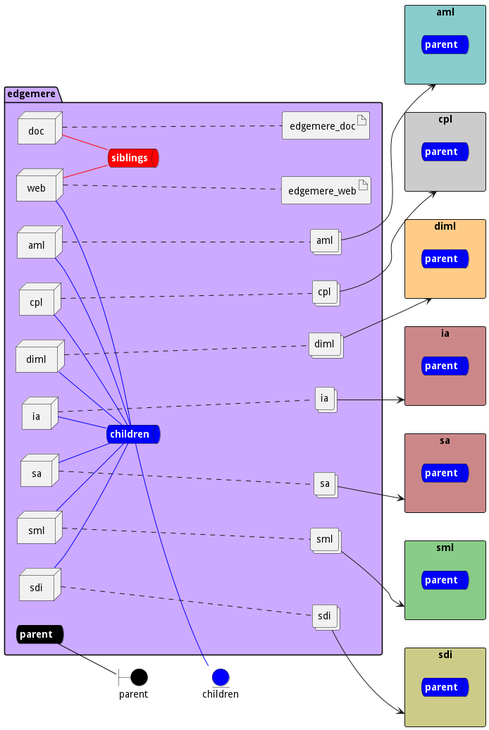
Earlier version of the PlantUML export docs/edgemere/envs/dev/deployment.png (madajaju/edgemere). Source of this version:
```plantuml
@startuml

left to right direction


boundary parent #black


entity children #blue

rectangle "aml" as amlStack #88cccc {
    queue amlStacksnet #blue [
        <b><color:white>parent</color></b>
    ]
}
rectangle "cpl" as cplStack #cccccc {
    queue cplStacksnet #blue [
        <b><color:white>parent</color></b>
    ]
}
rectangle "diml" as dimlStack #ffcc88 {
    queue dimlStacksnet #blue [
        <b><color:white>parent</color></b>
    ]
}
rectangle "ia" as iaStack #cc8888 {
    queue iaStacksnet #blue [
        <b><color:white>parent</color></b>
    ]
}
rectangle "sa" as saStack #cc8888 {
    queue saStacksnet #blue [
        <b><color:white>parent</color></b>
    ]
}
rectangle "sml" as smlStack #88cc88 {
    queue smlStacksnet #blue [
        <b><color:white>parent</color></b>
    ]
}
rectangle "sdi" as sdiStack #cccc88 {
    queue sdiStacksnet #blue [
        <b><color:white>parent</color></b>
    ]
}



package "edgemere" #ccaaff {
    queue parentnet #black [
            <b><color:white>parent</color></b>
    ]

    parentnet -[#black]- parent

    queue childrennet #blue [
            <b><color:white>children</color></b>
    ]

    childrennet -[#blue]- children

    queue siblingsnet #red [
            <b><color:white>siblings</color></b>
    ]


node "aml" as amlService
node "cpl" as cplService
node "diml" as dimlService
node "ia" as iaService
node "sa" as saService
node "sml" as smlService
node "sdi" as sdiService
node "web" as webService
node "doc" as docService

        collections "aml" as amlimage
            collections "cpl" as cplimage
            collections "diml" as dimlimage
            collections "ia" as iaimage
            collections "sa" as saimage
            collections "sml" as smlimage
            collections "sdi" as sdiimage

        artifact "edgemere_web" as edgemere_webimage

        artifact "edgemere_doc" as edgemere_docimage

}

amlService -[#blue]- childrennet

cplService -[#blue]- childrennet

dimlService -[#blue]- childrennet

iaService -[#blue]- childrennet

saService -[#blue]- childrennet

smlService -[#blue]- childrennet

sdiService -[#blue]- childrennet

webService -[#blue]- childrennet

webService -[#red]- siblingsnet

docService -[#red]- siblingsnet
amlService .... amlimage
cplService .... cplimage
dimlService .... dimlimage
iaService .... iaimage
saService .... saimage
smlService .... smlimage
sdiService .... sdiimage
webService .... edgemere_webimage
docService .... edgemere_docimage

amlimage --> amlStack

cplimage --> cplStack

dimlimage --> dimlStack

iaimage --> iaStack

saimage --> saStack

smlimage --> smlStack

sdiimage --> sdiStack


@enduml
```
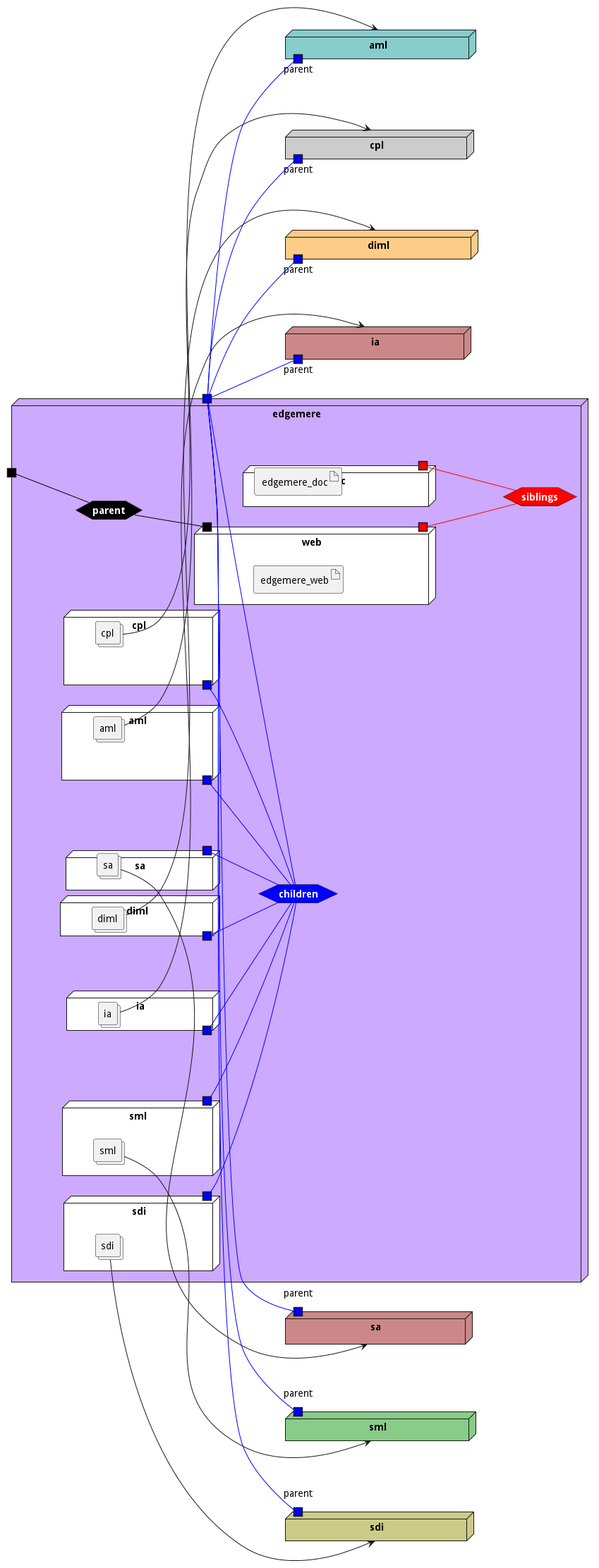
The same file after the commit.

Diff of the diagram source:
```diff
@@ -3,133 +3,152 @@
 left to right direction
 
 
-boundary parent #black
 
 
-entity children #blue
-
-rectangle "aml" as amlStack #88cccc {
-    queue amlStacksnet #blue [
-        <b><color:white>parent</color></b>
-    ]
+node "aml" as amlStack #88cccc {
+    portin "parent" as amlStackPortIn #blue
 }
-rectangle "cpl" as cplStack #cccccc {
-    queue cplStacksnet #blue [
-        <b><color:white>parent</color></b>
-    ]
+node "cpl" as cplStack #cccccc {
+    portin "parent" as cplStackPortIn #blue
 }
-rectangle "diml" as dimlStack #ffcc88 {
-    queue dimlStacksnet #blue [
-        <b><color:white>parent</color></b>
-    ]
+node "diml" as dimlStack #ffcc88 {
+    portin "parent" as dimlStackPortIn #blue
 }
-rectangle "ia" as iaStack #cc8888 {
-    queue iaStacksnet #blue [
-        <b><color:white>parent</color></b>
-    ]
+node "ia" as iaStack #cc8888 {
+    portin "parent" as iaStackPortIn #blue
 }
-rectangle "sa" as saStack #cc8888 {
-    queue saStacksnet #blue [
-        <b><color:white>parent</color></b>
-    ]
+node "sa" as saStack #cc8888 {
+    portin "parent" as saStackPortIn #blue
 }
-rectangle "sml" as smlStack #88cc88 {
-    queue smlStacksnet #blue [
-        <b><color:white>parent</color></b>
-    ]
+node "sml" as smlStack #88cc88 {
+    portin "parent" as smlStackPortIn #blue
 }
-rectangle "sdi" as sdiStack #cccc88 {
-    queue sdiStacksnet #blue [
-        <b><color:white>parent</color></b>
-    ]
+node "sdi" as sdiStack #cccc88 {
+    portin "parent" as sdiStackPortIn #blue
 }
 
 
 
-package "edgemere" #ccaaff {
-    queue parentnet #black [
+node "edgemere" #ccaaff {
+
+
+    hexagon parentnet #black [
             <b><color:white>parent</color></b>
     ]
 
-    parentnet -[#black]- parent
+    portin " " as parentnetPortIn #black
+    parentnetPortIn -[#black]- parentnet
 
-    queue childrennet #blue [
+    hexagon childrennet #blue [
             <b><color:white>children</color></b>
     ]
 
-    childrennet -[#blue]- children
+    portout " " as childrennetPortOut #blue
+    childrennet -[#blue]- childrennetPortOut
 
-    queue siblingsnet #red [
+    hexagon siblingsnet #red [
             <b><color:white>siblings</color></b>
     ]
 
 
-node "aml" as amlService
-node "cpl" as cplService
-node "diml" as dimlService
-node "ia" as iaService
-node "sa" as saService
-node "sml" as smlService
-node "sdi" as sdiService
-node "web" as webService
-node "doc" as docService
+node "aml" as amlService #white {
+    portOut " " as amlServicechildrennet #blue
+   amlServicechildrennet -[#blue]- childrennet
 
-        collections "aml" as amlimage
-            collections "cpl" as cplimage
-            collections "diml" as dimlimage
-            collections "ia" as iaimage
-            collections "sa" as saimage
-            collections "sml" as smlimage
-            collections "sdi" as sdiimage
+    collections "aml" as amlimage
 
-        artifact "edgemere_web" as edgemere_webimage
+}
+node "cpl" as cplService #white {
+    portOut " " as cplServicechildrennet #blue
+   cplServicechildrennet -[#blue]- childrennet
 
-        artifact "edgemere_doc" as edgemere_docimage
+    collections "cpl" as cplimage
+
+}
+node "diml" as dimlService #white {
+    portOut " " as dimlServicechildrennet #blue
+   dimlServicechildrennet -[#blue]- childrennet
+
+    collections "diml" as dimlimage
+
+}
+node "ia" as iaService #white {
+    portOut " " as iaServicechildrennet #blue
+   iaServicechildrennet -[#blue]- childrennet
+
+    collections "ia" as iaimage
+
+}
+node "sa" as saService #white {
+    portOut " " as saServicechildrennet #blue
+   saServicechildrennet -[#blue]- childrennet
+
+    collections "sa" as saimage
+
+}
+node "sml" as smlService #white {
+    portOut " " as smlServicechildrennet #blue
+   smlServicechildrennet -[#blue]- childrennet
+
+    collections "sml" as smlimage
+
+}
+node "sdi" as sdiService #white {
+    portOut " " as sdiServicechildrennet #blue
+   sdiServicechildrennet -[#blue]- childrennet
+
+    collections "sdi" as sdiimage
+
+}
+node "web" as webService #white {
+
+    portIn " " as webServiceparentnet #black
+    parentnet -[#black]- webServiceparentnet
+        portOut " " as webServicesiblingsnet #red
+   webServicesiblingsnet -[#red]- siblingsnet
+
+
+    artifact "edgemere_web" as edgemere_webimage
+
+}
+node "doc" as docService #white {
+    portOut " " as docServicesiblingsnet #red
+   docServicesiblingsnet -[#red]- siblingsnet
+
+
+    artifact "edgemere_doc" as edgemere_docimage
 
 }
 
-amlService -[#blue]- childrennet
-
-cplService -[#blue]- childrennet
-
-dimlService -[#blue]- childrennet
-
-iaService -[#blue]- childrennet
-
-saService -[#blue]- childrennet
-
-smlService -[#blue]- childrennet
-
-sdiService -[#blue]- childrennet
-
-webService -[#blue]- childrennet
-
-webService -[#red]- siblingsnet
-
-docService -[#red]- siblingsnet
-amlService .... amlimage
-cplService .... cplimage
-dimlService .... dimlimage
-iaService .... iaimage
-saService .... saimage
-smlService .... smlimage
-sdiService .... sdiimage
-webService .... edgemere_webimage
-docService .... edgemere_docimage
+}
 
 amlimage --> amlStack
 
+    childrennetPortOut -[#blue]- amlStackPortIn
+
 cplimage --> cplStack
+
+    childrennetPortOut -[#blue]- cplStackPortIn
 
 dimlimage --> dimlStack
 
+    childrennetPortOut -[#blue]- dimlStackPortIn
+
 iaimage --> iaStack
+
+    childrennetPortOut -[#blue]- iaStackPortIn
 
 saimage --> saStack
 
+    childrennetPortOut -[#blue]- saStackPortIn
+
 smlimage --> smlStack
+
+    childrennetPortOut -[#blue]- smlStackPortIn
 
 sdiimage --> sdiStack
 
+    childrennetPortOut -[#blue]- sdiStackPortIn
+
 
 @enduml
```
